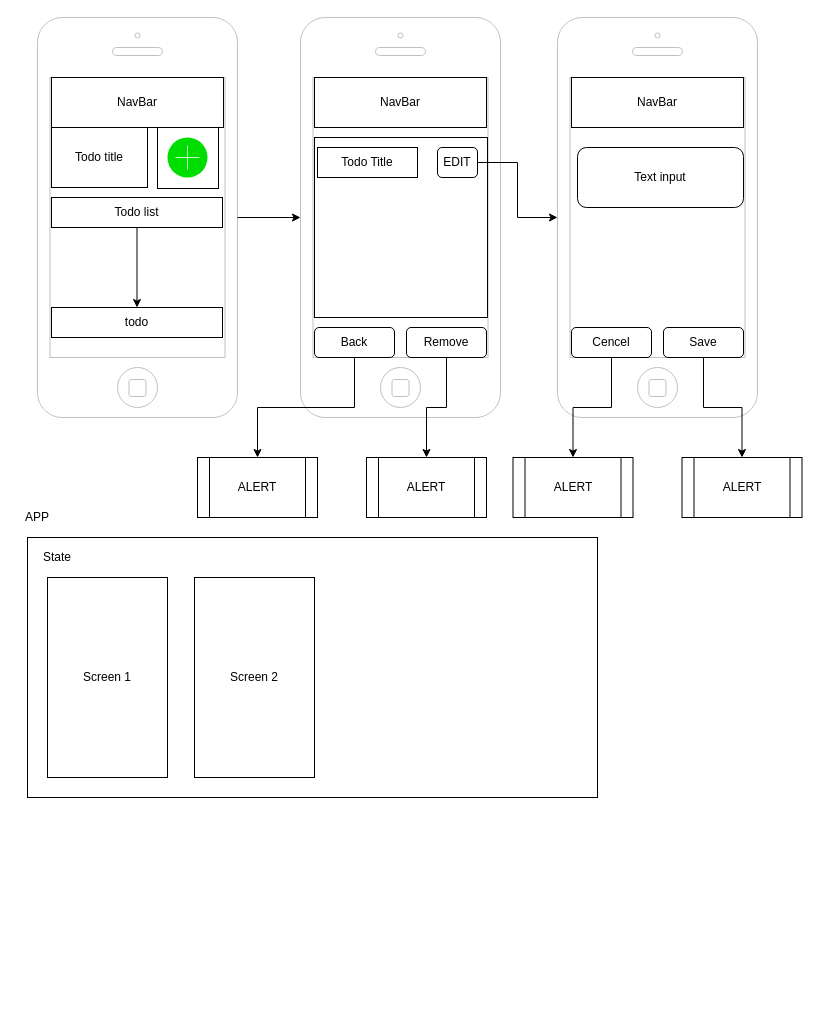
Above: page "Page-1" (1 of 2) of todo.drawio in Dmitry1983/todo (draw.io), before the change. Source tidied: cells renumbered, new cells numbered last; positions are measured from the earlier drawing's top-left corner, leaving out a move shared by most shapes. Both pictures are drawn from the tidied source at 100%, with x=0, y=0 at pixel (17, 17).
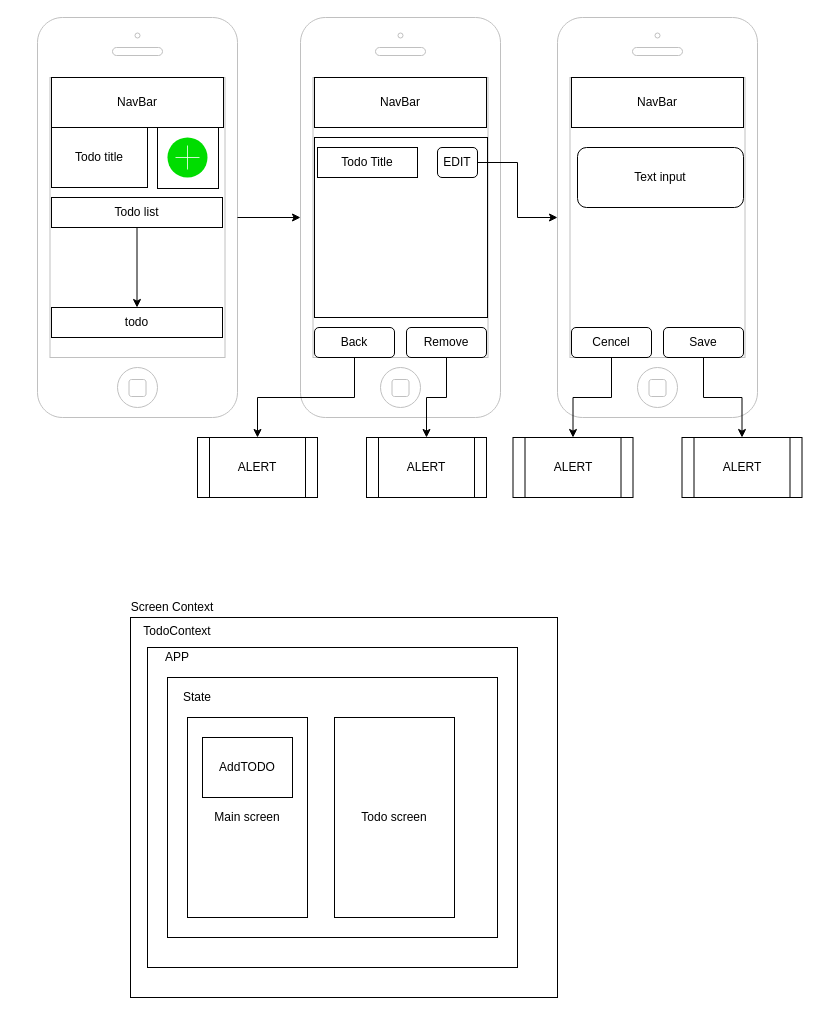
The same diagram, later.

The edit, as a diff of the source:
```diff
@@
+    <mxCell id="38" style="rounded=0;whiteSpace=wrap;html=1;" parent="1" vertex="1">
+      <mxGeometry x="113" y="600" width="427" height="380" as="geometry" />
+    </mxCell>
+    <mxCell id="39" style="rounded=0;whiteSpace=wrap;html=1;" parent="1" vertex="1">
+      <mxGeometry x="130" y="630" width="370" height="320" as="geometry" />
+    </mxCell>
@@
     <mxCell id="28" value="ALERT" style="shape=process;whiteSpace=wrap;html=1;backgroundOutline=1;" parent="1" vertex="1">
-      <mxGeometry x="180" y="440" width="120" height="60" as="geometry" />
+      <mxGeometry x="180" y="420" width="120" height="60" as="geometry" />
     </mxCell>
     <mxCell id="29" value="ALERT" style="shape=process;whiteSpace=wrap;html=1;backgroundOutline=1;" parent="1" vertex="1">
-      <mxGeometry x="349" y="440" width="120" height="60" as="geometry" />
+      <mxGeometry x="349" y="420" width="120" height="60" as="geometry" />
     </mxCell>
@@
     <mxCell id="31" value="ALERT" style="shape=process;whiteSpace=wrap;html=1;backgroundOutline=1;" parent="1" vertex="1">
-      <mxGeometry x="495.5" y="440" width="120" height="60" as="geometry" />
+      <mxGeometry x="495.5" y="420" width="120" height="60" as="geometry" />
     </mxCell>
     <mxCell id="32" value="ALERT" style="shape=process;whiteSpace=wrap;html=1;backgroundOutline=1;" parent="1" vertex="1">
-      <mxGeometry x="664.5" y="440" width="120" height="60" as="geometry" />
+      <mxGeometry x="664.5" y="420" width="120" height="60" as="geometry" />
     </mxCell>
     <mxCell id="33" style="rounded=0;whiteSpace=wrap;html=1;" parent="1" vertex="1">
-      <mxGeometry x="10" y="520" width="570" height="260" as="geometry" />
+      <mxGeometry x="150" y="660" width="330" height="260" as="geometry" />
     </mxCell>
-    <mxCell id="34" value="Screen 2" style="rounded=0;whiteSpace=wrap;html=1;" parent="1" vertex="1">
-      <mxGeometry x="177" y="560" width="120" height="200" as="geometry" />
+    <mxCell id="34" value="Todo screen" style="rounded=0;whiteSpace=wrap;html=1;" parent="1" vertex="1">
+      <mxGeometry x="317" y="700" width="120" height="200" as="geometry" />
     </mxCell>
-    <mxCell id="35" value="Screen 1" style="rounded=0;whiteSpace=wrap;html=1;" parent="1" vertex="1">
-      <mxGeometry x="30" y="560" width="120" height="200" as="geometry" />
+    <mxCell id="35" value="Main screen" style="rounded=0;whiteSpace=wrap;html=1;" parent="1" vertex="1">
+      <mxGeometry x="170" y="700" width="120" height="200" as="geometry" />
     </mxCell>
     <mxCell id="36" value="APP" style="text;html=1;strokeColor=none;fillColor=none;align=center;verticalAlign=middle;whiteSpace=wrap;rounded=0;" parent="1" vertex="1">
-      <mxGeometry y="490" width="40" height="20" as="geometry" />
+      <mxGeometry x="140" y="630" width="40" height="20" as="geometry" />
     </mxCell>
     <mxCell id="37" value="State" style="text;html=1;strokeColor=none;fillColor=none;align=center;verticalAlign=middle;whiteSpace=wrap;rounded=0;" parent="1" vertex="1">
-      <mxGeometry x="20" y="530" width="40" height="20" as="geometry" />
+      <mxGeometry x="160" y="670" width="40" height="20" as="geometry" />
     </mxCell>
+    <mxCell id="40" value="TodoContext" style="text;html=1;strokeColor=none;fillColor=none;align=center;verticalAlign=middle;whiteSpace=wrap;rounded=0;" parent="1" vertex="1">
+      <mxGeometry x="140" y="604" width="40" height="20" as="geometry" />
+    </mxCell>
+    <mxCell id="41" value="Screen Context" style="text;html=1;strokeColor=none;fillColor=none;align=center;verticalAlign=middle;whiteSpace=wrap;rounded=0;" parent="1" vertex="1">
+      <mxGeometry x="110" y="580" width="90" height="20" as="geometry" />
+    </mxCell>
+    <mxCell id="42" value="AddTODO" style="rounded=0;whiteSpace=wrap;html=1;" parent="1" vertex="1">
+      <mxGeometry x="185" y="720" width="90" height="60" as="geometry" />
+    </mxCell>
```
